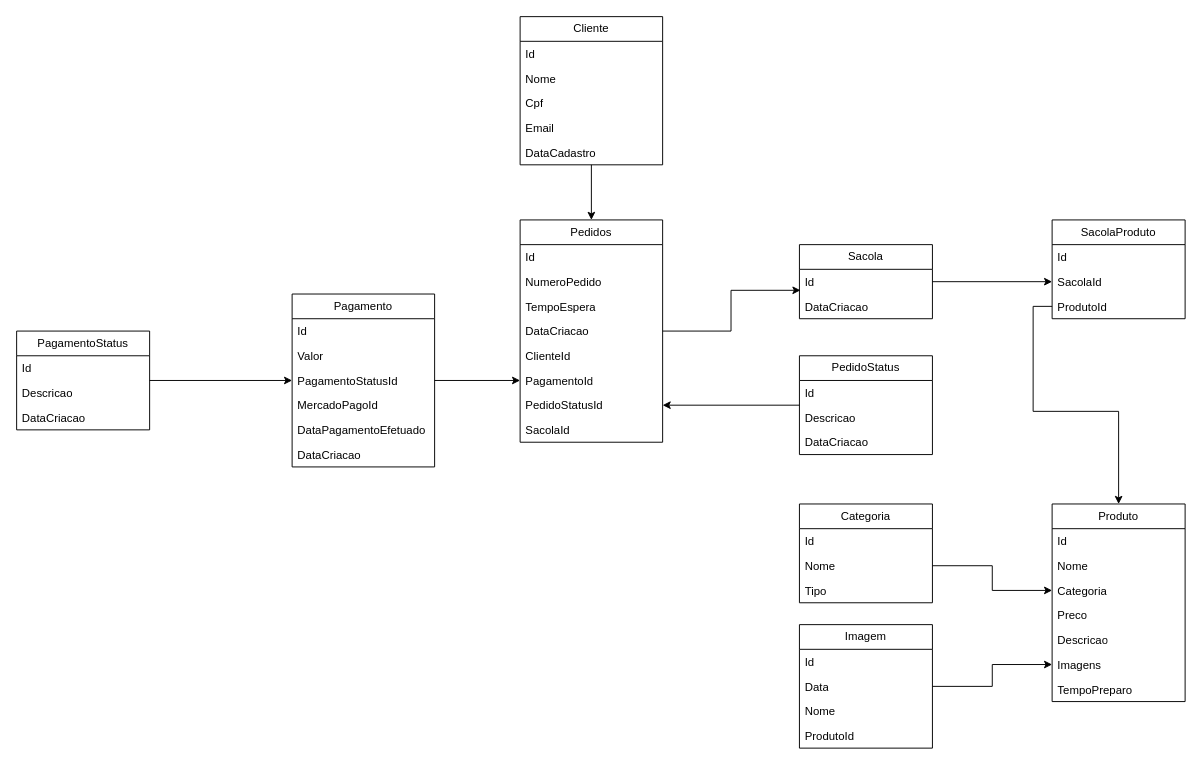
RafaelKamada/FoodOrder keeps this draw.io diagram as drawio/Data Base.drawio. Above is the earlier version. Source tidied: cells renumbered, new cells numbered last; positions are measured from the earlier drawing's top-left corner, leaving out a move shared by most shapes. Both pictures are drawn from the tidied source at 95%, with x=0, y=0 at pixel (16, 16).
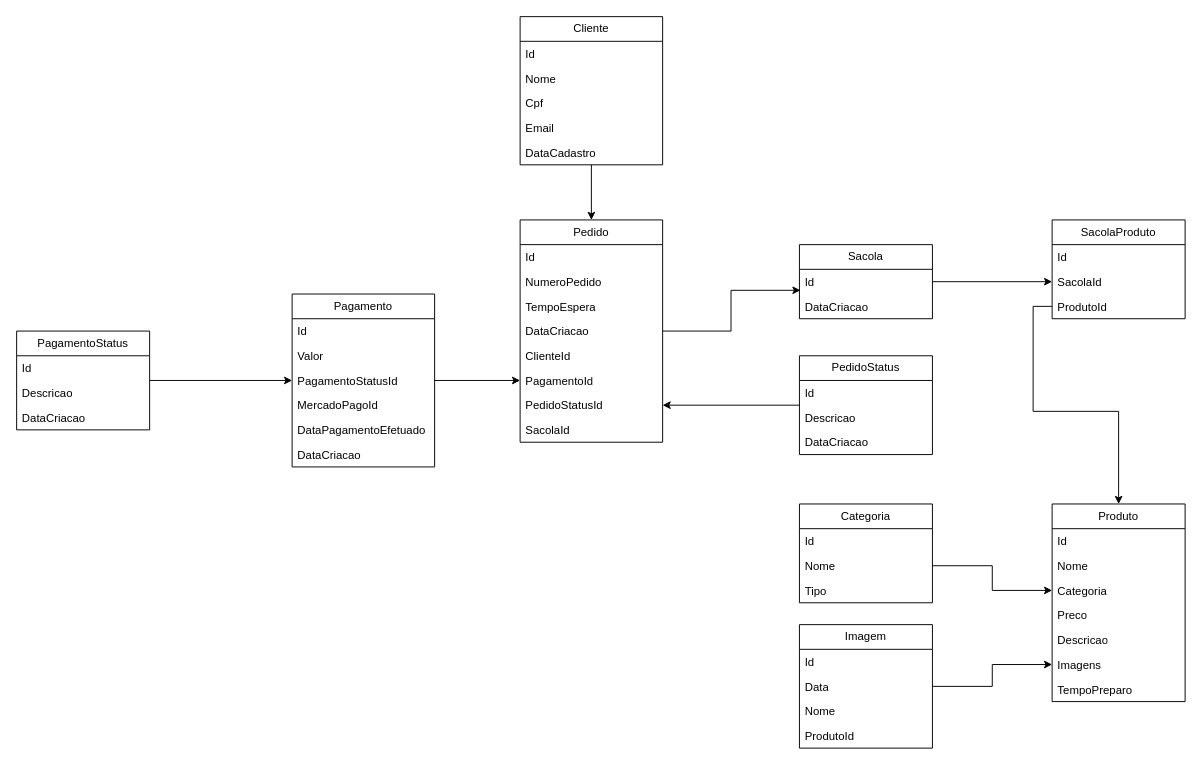
The same diagram, later.

Diff of the diagram source:
```diff
@@
-    <mxCell id="21" value="Pedidos" style="swimlane;fontStyle=0;horizontal=1;startSize=26;fillColor=none;whiteSpace=wrap;html=1;" parent="1" vertex="1">
+    <mxCell id="21" value="Pedido" style="swimlane;fontStyle=0;horizontal=1;startSize=26;fillColor=none;whiteSpace=wrap;html=1;" parent="1" vertex="1">
       <mxGeometry x="530" y="214" width="150" height="234" as="geometry" />
     </mxCell>
```
